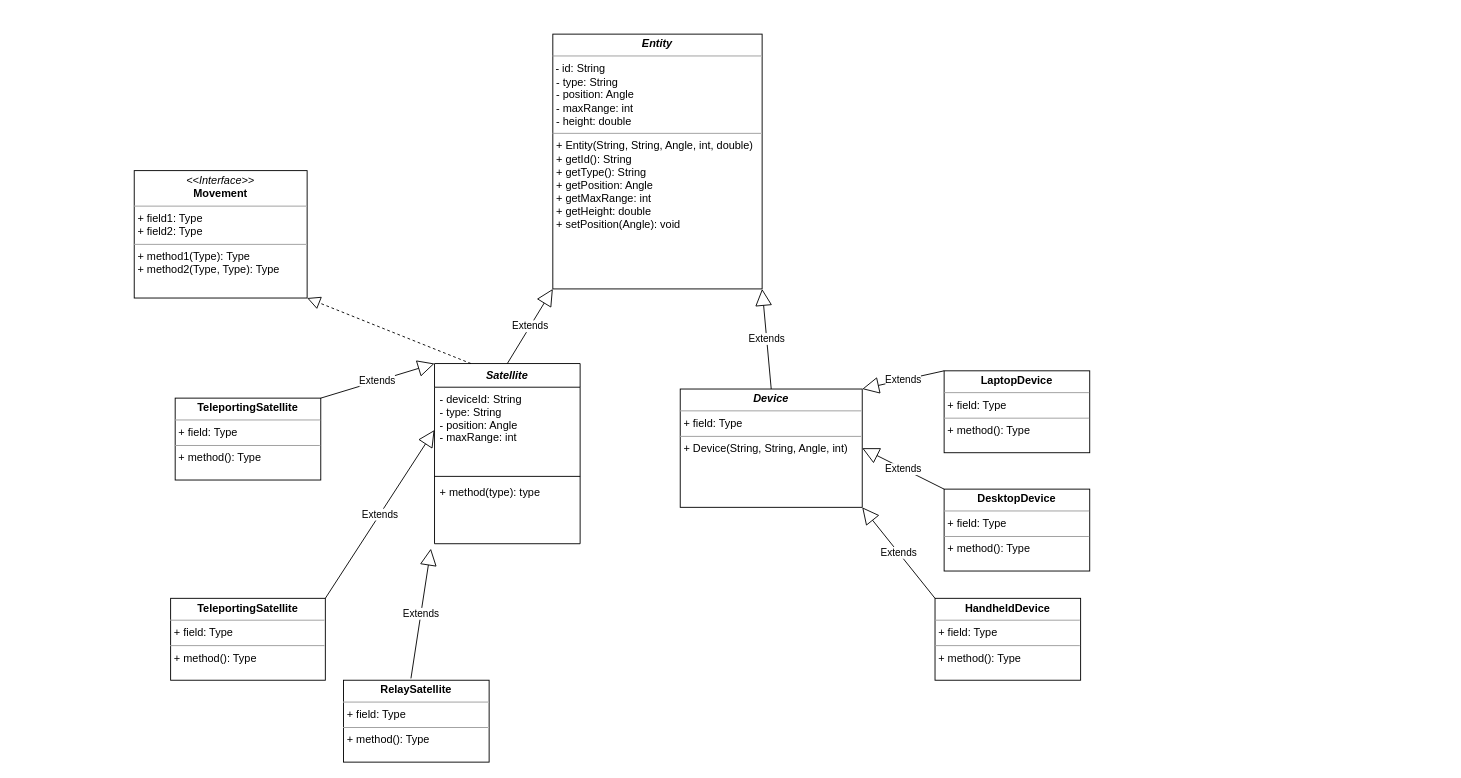
StevenM2002/COMP2511Ass1UML keeps this draw.io diagram as Untitled Diagram.drawio. Above is the earlier version. Source tidied: cells renumbered, new cells numbered last; positions are measured from the earlier drawing's top-left corner, leaving out a move shared by most shapes. Both pictures are drawn from the tidied source at 91%, with x=0, y=0 at pixel (134, 34).
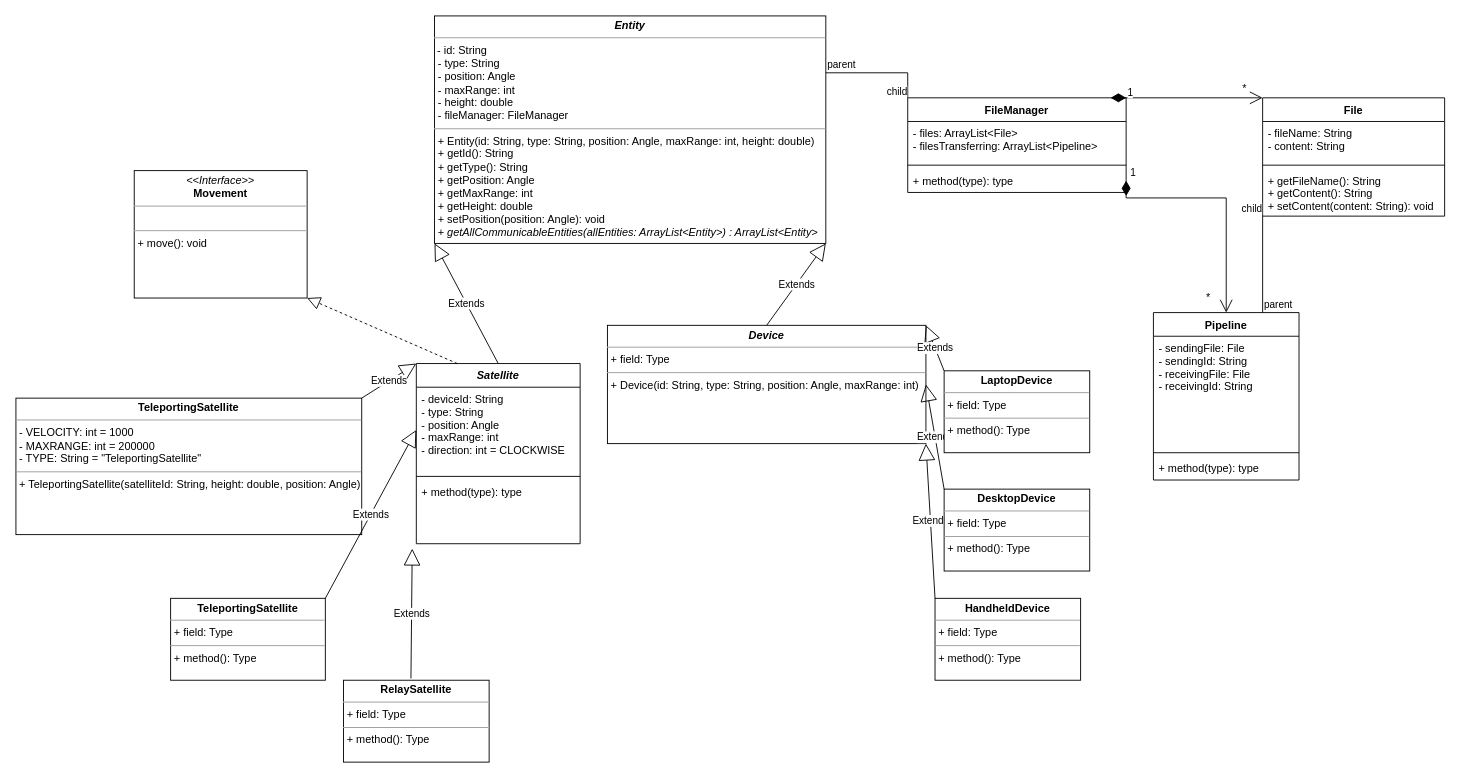
After the change.

What changed in the source:
```diff
@@
     <mxCell id="2" value="Satellite" style="swimlane;fontStyle=3;align=center;verticalAlign=top;horizontal=1;startSize=26;" parent="1" vertex="1">
-      <mxGeometry x="330" y="362" width="160" height="198" as="geometry" />
+      <mxGeometry x="310" y="362" width="180" height="198" as="geometry" />
     </mxCell>
-    <mxCell id="3" value="- deviceId: String&#10;- type: String&#10;- position: Angle&#10;- maxRange: int&#10;" style="text;strokeColor=none;fillColor=none;align=left;verticalAlign=top;spacingLeft=4;spacingRight=4;overflow=hidden;points=[[0,0.5],[1,0.5]];portConstraint=eastwest;" parent="2" vertex="1">
-      <mxGeometry y="26" width="160" height="94" as="geometry" />
+    <mxCell id="3" value="- deviceId: String&#10;- type: String&#10;- position: Angle&#10;- maxRange: int&#10;- direction: int = CLOCKWISE" style="text;strokeColor=none;fillColor=none;align=left;verticalAlign=top;spacingLeft=4;spacingRight=4;overflow=hidden;points=[[0,0.5],[1,0.5]];portConstraint=eastwest;" parent="2" vertex="1">
+      <mxGeometry y="26" width="180" height="94" as="geometry" />
     </mxCell>
     <mxCell id="4" style="line;strokeWidth=1;fillColor=none;align=left;verticalAlign=middle;spacingTop=-1;spacingLeft=3;spacingRight=3;labelPosition=right;" parent="2" vertex="1">
-      <mxGeometry y="120" width="160" height="8" as="geometry" />
+      <mxGeometry y="120" width="180" height="8" as="geometry" />
     </mxCell>
     <mxCell id="5" value="+ method(type): type" style="text;strokeColor=none;fillColor=none;align=left;verticalAlign=top;spacingLeft=4;spacingRight=4;overflow=hidden;points=[[0,0.5],[1,0.5]];portConstraint=eastwest;" parent="2" vertex="1">
-      <mxGeometry y="128" width="160" height="70" as="geometry" />
+      <mxGeometry y="128" width="180" height="70" as="geometry" />
     </mxCell>
-    <mxCell id="6" value="&lt;p style=&quot;margin:0px;margin-top:4px;text-align:center;&quot;&gt;&lt;b&gt;&lt;i&gt;Device&lt;/i&gt;&lt;/b&gt;&lt;/p&gt;&lt;hr size=&quot;1&quot;&gt;&lt;p style=&quot;margin:0px;margin-left:4px;&quot;&gt;+ field: Type&lt;/p&gt;&lt;hr size=&quot;1&quot;&gt;&lt;p style=&quot;margin:0px;margin-left:4px;&quot;&gt;+ Device(String, String, Angle, int)&lt;/p&gt;&lt;p style=&quot;margin:0px;margin-left:4px;&quot;&gt;&lt;br&gt;&lt;/p&gt;" style="verticalAlign=top;align=left;overflow=fill;fontSize=12;fontFamily=Helvetica;html=1;" parent="1" vertex="1">
-      <mxGeometry x="600" y="390" width="200" height="130" as="geometry" />
+    <mxCell id="6" value="&lt;p style=&quot;margin:0px;margin-top:4px;text-align:center;&quot;&gt;&lt;b&gt;&lt;i&gt;Device&lt;/i&gt;&lt;/b&gt;&lt;/p&gt;&lt;hr size=&quot;1&quot;&gt;&lt;p style=&quot;margin:0px;margin-left:4px;&quot;&gt;+ field: Type&lt;/p&gt;&lt;hr size=&quot;1&quot;&gt;&lt;p style=&quot;margin:0px;margin-left:4px;&quot;&gt;+ Device(id: String, type: String, position: Angle, maxRange: int)&lt;/p&gt;&lt;p style=&quot;margin:0px;margin-left:4px;&quot;&gt;&lt;br&gt;&lt;/p&gt;" style="verticalAlign=top;align=left;overflow=fill;fontSize=12;fontFamily=Helvetica;html=1;" parent="1" vertex="1">
+      <mxGeometry x="520" y="320" width="350" height="130" as="geometry" />
     </mxCell>
-    <mxCell id="7" value="&lt;p style=&quot;margin:0px;margin-top:4px;text-align:center;&quot;&gt;&lt;b&gt;TeleportingSatellite&lt;/b&gt;&lt;/p&gt;&lt;hr size=&quot;1&quot;&gt;&lt;p style=&quot;margin:0px;margin-left:4px;&quot;&gt;+ field: Type&lt;/p&gt;&lt;hr size=&quot;1&quot;&gt;&lt;p style=&quot;margin:0px;margin-left:4px;&quot;&gt;+ method(): Type&lt;/p&gt;" style="verticalAlign=top;align=left;overflow=fill;fontSize=12;fontFamily=Helvetica;html=1;" parent="1" vertex="1">
-      <mxGeometry x="45" y="400" width="160" height="90" as="geometry" />
+    <mxCell id="7" value="&lt;p style=&quot;margin:0px;margin-top:4px;text-align:center;&quot;&gt;&lt;b&gt;TeleportingSatellite&lt;/b&gt;&lt;/p&gt;&lt;hr size=&quot;1&quot;&gt;&lt;p style=&quot;margin:0px;margin-left:4px;&quot;&gt;- VELOCITY: int = 1000&lt;/p&gt;&lt;p style=&quot;margin:0px;margin-left:4px;&quot;&gt;- MAXRANGE: int = 200000&lt;/p&gt;&lt;p style=&quot;margin:0px;margin-left:4px;&quot;&gt;- TYPE: String = &quot;TeleportingSatellite&quot;&lt;/p&gt;&lt;hr size=&quot;1&quot;&gt;&lt;p style=&quot;margin:0px;margin-left:4px;&quot;&gt;+ TeleportingSatellite(satelliteId: String, height: double, position: Angle)&lt;/p&gt;&lt;p style=&quot;margin:0px;margin-left:4px;&quot;&gt;&lt;br&gt;&lt;/p&gt;" style="verticalAlign=top;align=left;overflow=fill;fontSize=12;fontFamily=Helvetica;html=1;" parent="1" vertex="1">
+      <mxGeometry x="-130" y="400" width="380" height="150" as="geometry" />
     </mxCell>
@@
-    <mxCell id="21" value="&lt;p style=&quot;margin:0px;margin-top:4px;text-align:center;&quot;&gt;&lt;b&gt;&lt;i&gt;Entity&lt;/i&gt;&lt;/b&gt;&lt;/p&gt;&lt;hr size=&quot;1&quot;&gt;&lt;p style=&quot;margin:0px;margin-left:4px;&quot;&gt;&lt;/p&gt;&lt;p style=&quot;margin: 4px 0px 0px;&quot;&gt;&lt;span style=&quot;background-color: initial;&quot;&gt;&amp;nbsp;- id: String&lt;/span&gt;&lt;br&gt;&lt;/p&gt;&lt;p style=&quot;margin: 0px 0px 0px 4px;&quot;&gt;- type: String&lt;/p&gt;&lt;p style=&quot;margin: 0px 0px 0px 4px;&quot;&gt;- position: Angle&lt;/p&gt;&lt;p style=&quot;margin: 0px 0px 0px 4px;&quot;&gt;- maxRange: int&lt;/p&gt;&lt;p style=&quot;margin: 0px 0px 0px 4px;&quot;&gt;- height: double&lt;/p&gt;&lt;hr size=&quot;1&quot;&gt;&lt;p style=&quot;margin: 0px 0px 0px 4px;&quot;&gt;+ Entity(String, String, Angle, int, double)&lt;/p&gt;&lt;p style=&quot;margin: 0px 0px 0px 4px;&quot;&gt;+&lt;span style=&quot;background-color: initial;&quot;&gt;&amp;nbsp;getId(): String&lt;/span&gt;&lt;/p&gt;&lt;p style=&quot;margin: 0px 0px 0px 4px;&quot;&gt;+ getType(): String&lt;/p&gt;&lt;p style=&quot;margin: 0px 0px 0px 4px;&quot;&gt;+ getPosition: Angle&lt;/p&gt;&lt;p style=&quot;margin: 0px 0px 0px 4px;&quot;&gt;+ getMaxRange: int&lt;/p&gt;&lt;p style=&quot;margin: 0px 0px 0px 4px;&quot;&gt;+ getHeight: double&lt;/p&gt;&lt;p style=&quot;margin: 0px 0px 0px 4px;&quot;&gt;+ setPosition(Angle): void&lt;/p&gt;" style="verticalAlign=top;align=left;overflow=fill;fontSize=12;fontFamily=Helvetica;html=1;" parent="1" vertex="1">
-      <mxGeometry x="460" width="230" height="280" as="geometry" />
+    <mxCell id="21" value="&lt;p style=&quot;margin:0px;margin-top:4px;text-align:center;&quot;&gt;&lt;b&gt;&lt;i&gt;Entity&lt;/i&gt;&lt;/b&gt;&lt;/p&gt;&lt;hr size=&quot;1&quot;&gt;&lt;p style=&quot;margin:0px;margin-left:4px;&quot;&gt;&lt;/p&gt;&lt;p style=&quot;margin: 4px 0px 0px;&quot;&gt;&lt;span style=&quot;background-color: initial;&quot;&gt;&amp;nbsp;- id: String&lt;/span&gt;&lt;br&gt;&lt;/p&gt;&lt;p style=&quot;margin: 0px 0px 0px 4px;&quot;&gt;- type: String&lt;/p&gt;&lt;p style=&quot;margin: 0px 0px 0px 4px;&quot;&gt;- position: Angle&lt;/p&gt;&lt;p style=&quot;margin: 0px 0px 0px 4px;&quot;&gt;- maxRange: int&lt;/p&gt;&lt;p style=&quot;margin: 0px 0px 0px 4px;&quot;&gt;- height: double&lt;/p&gt;&lt;p style=&quot;margin: 0px 0px 0px 4px;&quot;&gt;- fileManager: FileManager&lt;/p&gt;&lt;hr size=&quot;1&quot;&gt;&lt;p style=&quot;margin: 0px 0px 0px 4px;&quot;&gt;+ Entity(id: String, type: String, position: Angle, maxRange: int, height: double)&lt;/p&gt;&lt;p style=&quot;margin: 0px 0px 0px 4px;&quot;&gt;+&lt;span style=&quot;background-color: initial;&quot;&gt;&amp;nbsp;getId(): String&lt;/span&gt;&lt;/p&gt;&lt;p style=&quot;margin: 0px 0px 0px 4px;&quot;&gt;+ getType(): String&lt;/p&gt;&lt;p style=&quot;margin: 0px 0px 0px 4px;&quot;&gt;+ getPosition: Angle&lt;/p&gt;&lt;p style=&quot;margin: 0px 0px 0px 4px;&quot;&gt;+ getMaxRange: int&lt;/p&gt;&lt;p style=&quot;margin: 0px 0px 0px 4px;&quot;&gt;+ getHeight: double&lt;/p&gt;&lt;p style=&quot;margin: 0px 0px 0px 4px;&quot;&gt;+ setPosition(position: Angle): void&lt;/p&gt;&lt;p style=&quot;margin: 0px 0px 0px 4px;&quot;&gt;+ &lt;i&gt;getAllCommunicableEntities(allEntities: ArrayList&amp;lt;Entity&amp;gt;) : ArrayList&amp;lt;Entity&amp;gt;&lt;/i&gt;&lt;/p&gt;" style="verticalAlign=top;align=left;overflow=fill;fontSize=12;fontFamily=Helvetica;html=1;" parent="1" vertex="1">
+      <mxGeometry x="330" y="-20" width="430" height="250" as="geometry" />
     </mxCell>
-    <mxCell id="22" value="&lt;p style=&quot;margin:0px;margin-top:4px;text-align:center;&quot;&gt;&lt;i&gt;&amp;lt;&amp;lt;Interface&amp;gt;&amp;gt;&lt;/i&gt;&lt;br&gt;&lt;b&gt;Movement&lt;/b&gt;&lt;/p&gt;&lt;hr size=&quot;1&quot;&gt;&lt;p style=&quot;margin:0px;margin-left:4px;&quot;&gt;+ field1: Type&lt;br&gt;+ field2: Type&lt;/p&gt;&lt;hr size=&quot;1&quot;&gt;&lt;p style=&quot;margin:0px;margin-left:4px;&quot;&gt;+ method1(Type): Type&lt;br&gt;+ method2(Type, Type): Type&lt;/p&gt;" style="verticalAlign=top;align=left;overflow=fill;fontSize=12;fontFamily=Helvetica;html=1;" parent="1" vertex="1">
+    <mxCell id="22" value="&lt;p style=&quot;margin:0px;margin-top:4px;text-align:center;&quot;&gt;&lt;i&gt;&amp;lt;&amp;lt;Interface&amp;gt;&amp;gt;&lt;/i&gt;&lt;br&gt;&lt;b&gt;Movement&lt;/b&gt;&lt;/p&gt;&lt;hr size=&quot;1&quot;&gt;&lt;p style=&quot;margin:0px;margin-left:4px;&quot;&gt;&lt;br&gt;&lt;/p&gt;&lt;hr size=&quot;1&quot;&gt;&lt;p style=&quot;margin:0px;margin-left:4px;&quot;&gt;+ move(): void&lt;/p&gt;" style="verticalAlign=top;align=left;overflow=fill;fontSize=12;fontFamily=Helvetica;html=1;" parent="1" vertex="1">
       <mxGeometry y="150" width="190" height="140" as="geometry" />
     </mxCell>
@@
+    <mxCell id="24" value="File" style="swimlane;fontStyle=1;align=center;verticalAlign=top;horizontal=1;startSize=26;" parent="1" vertex="1">
+      <mxGeometry x="1240" y="70" width="200" height="130" as="geometry" />
+    </mxCell>
+    <mxCell id="25" value="- fileName: String&#10;- content: String" style="text;strokeColor=none;fillColor=none;align=left;verticalAlign=top;spacingLeft=4;spacingRight=4;overflow=hidden;" parent="24" vertex="1">
+      <mxGeometry y="26" width="200" height="44" as="geometry" />
+    </mxCell>
+    <mxCell id="26" style="line;strokeWidth=1;fillColor=none;align=left;verticalAlign=middle;spacingTop=-1;spacingLeft=3;spacingRight=3;labelPosition=right;" parent="24" vertex="1">
+      <mxGeometry y="70" width="200" height="8" as="geometry" />
+    </mxCell>
+    <mxCell id="27" value="+ getFileName(): String&#10;+ getContent(): String&#10;+ setContent(content: String): void" style="text;strokeColor=none;fillColor=none;align=left;verticalAlign=top;spacingLeft=4;spacingRight=4;overflow=hidden;points=[[0,0.5],[1,0.5]];portConstraint=eastwest;" parent="24" vertex="1">
+      <mxGeometry y="78" width="200" height="52" as="geometry" />
+    </mxCell>
+    <mxCell id="28" value="FileManager" style="swimlane;fontStyle=1;align=center;verticalAlign=top;horizontal=1;startSize=26;" parent="1" vertex="1">
+      <mxGeometry x="850" y="70" width="240" height="104" as="geometry" />
+    </mxCell>
+    <mxCell id="29" value="- files: ArrayList&lt;File&gt;&#10;- filesTransferring: ArrayList&lt;Pipeline&gt;" style="text;strokeColor=none;fillColor=none;align=left;verticalAlign=top;spacingLeft=4;spacingRight=4;overflow=hidden;" parent="28" vertex="1">
+      <mxGeometry y="26" width="240" height="44" as="geometry" />
+    </mxCell>
+    <mxCell id="30" style="line;strokeWidth=1;fillColor=none;align=left;verticalAlign=middle;spacingTop=-1;spacingLeft=3;spacingRight=3;labelPosition=right;" parent="28" vertex="1">
+      <mxGeometry y="70" width="240" height="8" as="geometry" />
+    </mxCell>
+    <mxCell id="31" value="+ method(type): type" style="text;strokeColor=none;fillColor=none;align=left;verticalAlign=top;spacingLeft=4;spacingRight=4;overflow=hidden;points=[[0,0.5],[1,0.5]];portConstraint=eastwest;" parent="28" vertex="1">
+      <mxGeometry y="78" width="240" height="26" as="geometry" />
+    </mxCell>
+    <mxCell id="32" value="1" style="endArrow=open;html=1;endSize=12;startArrow=diamondThin;startSize=14;startFill=1;edgeStyle=orthogonalEdgeStyle;align=left;verticalAlign=bottom;rounded=0;entryX=0;entryY=0;entryDx=0;entryDy=0;exitX=1;exitY=0;exitDx=0;exitDy=0;" parent="1" edge="1" source="28" target="24">
+      <mxGeometry x="-1" y="3" relative="1" as="geometry">
+        <Array as="points">
+          <mxPoint x="1080" y="70" />
+          <mxPoint x="1080" y="70" />
+        </Array>
+      </mxGeometry>
+    </mxCell>
+    <mxCell id="33" style="endArrow=none;html=1;edgeStyle=orthogonalEdgeStyle;rounded=0;exitX=1;exitY=0.25;exitDx=0;exitDy=0;entryX=0;entryY=0;entryDx=0;entryDy=0;" parent="1" edge="1" source="21" target="28">
+      <mxGeometry relative="1" as="geometry" />
+    </mxCell>
+    <mxCell id="34" value="parent" style="edgeLabel;html=1;align=left;verticalAlign=bottom;" parent="33" vertex="1">
+      <mxGeometry x="-1" relative="1" as="geometry" />
+    </mxCell>
+    <mxCell id="35" value="child" style="edgeLabel;html=1;align=right;verticalAlign=bottom;" parent="33" vertex="1">
+      <mxGeometry x="1" relative="1" as="geometry" />
+    </mxCell>
+    <mxCell id="36" value="Pipeline" style="swimlane;fontStyle=1;align=center;verticalAlign=top;horizontal=1;startSize=26;" parent="1" vertex="1">
+      <mxGeometry x="1120" y="306" width="160" height="184" as="geometry" />
+    </mxCell>
+    <mxCell id="37" value="- sendingFile: File&#10;- sendingId: String&#10;- receivingFile: File&#10;- receivingId: String&#10;" style="text;strokeColor=none;fillColor=none;align=left;verticalAlign=top;spacingLeft=4;spacingRight=4;overflow=hidden;" parent="36" vertex="1">
+      <mxGeometry y="26" width="160" height="124" as="geometry" />
+    </mxCell>
+    <mxCell id="38" style="line;strokeWidth=1;fillColor=none;align=left;verticalAlign=middle;spacingTop=-1;spacingLeft=3;spacingRight=3;labelPosition=right;" parent="36" vertex="1">
+      <mxGeometry y="150" width="160" height="8" as="geometry" />
+    </mxCell>
+    <mxCell id="39" value="+ method(type): type" style="text;strokeColor=none;fillColor=none;align=left;verticalAlign=top;spacingLeft=4;spacingRight=4;overflow=hidden;" parent="36" vertex="1">
+      <mxGeometry y="158" width="160" height="26" as="geometry" />
+    </mxCell>
+    <mxCell id="40" style="endArrow=none;html=1;edgeStyle=orthogonalEdgeStyle;rounded=0;exitX=0.75;exitY=0;exitDx=0;exitDy=0;entryX=0;entryY=1;entryDx=0;entryDy=0;entryPerimeter=0;" parent="1" edge="1" source="36" target="27">
+      <mxGeometry relative="1" as="geometry" />
+    </mxCell>
+    <mxCell id="41" value="parent" style="edgeLabel;html=1;align=left;verticalAlign=bottom;" parent="40" vertex="1">
+      <mxGeometry x="-1" relative="1" as="geometry" />
+    </mxCell>
+    <mxCell id="42" value="child" style="edgeLabel;html=1;align=right;verticalAlign=bottom;" parent="40" vertex="1">
+      <mxGeometry x="1" relative="1" as="geometry" />
+    </mxCell>
+    <mxCell id="43" value="1" style="endArrow=open;html=1;endSize=12;startArrow=diamondThin;startSize=14;startFill=1;edgeStyle=orthogonalEdgeStyle;align=left;verticalAlign=bottom;rounded=0;entryX=0.5;entryY=0;entryDx=0;entryDy=0;exitX=1;exitY=0.5;exitDx=0;exitDy=0;" parent="1" edge="1" source="31" target="36">
+      <mxGeometry x="-1" y="3" relative="1" as="geometry">
+        <Array as="points">
+          <mxPoint x="1090" y="180" />
+          <mxPoint x="1200" y="180" />
+        </Array>
+      </mxGeometry>
+    </mxCell>
+    <mxCell id="44" value="*" style="text;html=1;align=center;verticalAlign=middle;strokeColor=none;fillColor=none;" parent="1" vertex="1">
+      <mxGeometry x="1170" y="280" width="20" height="20" as="geometry" />
+    </mxCell>
+    <mxCell id="45" value="*" style="text;html=1;align=center;verticalAlign=middle;strokeColor=none;fillColor=none;" parent="1" vertex="1">
+      <mxGeometry x="1210" y="50" width="20" height="20" as="geometry" />
+    </mxCell>
```
